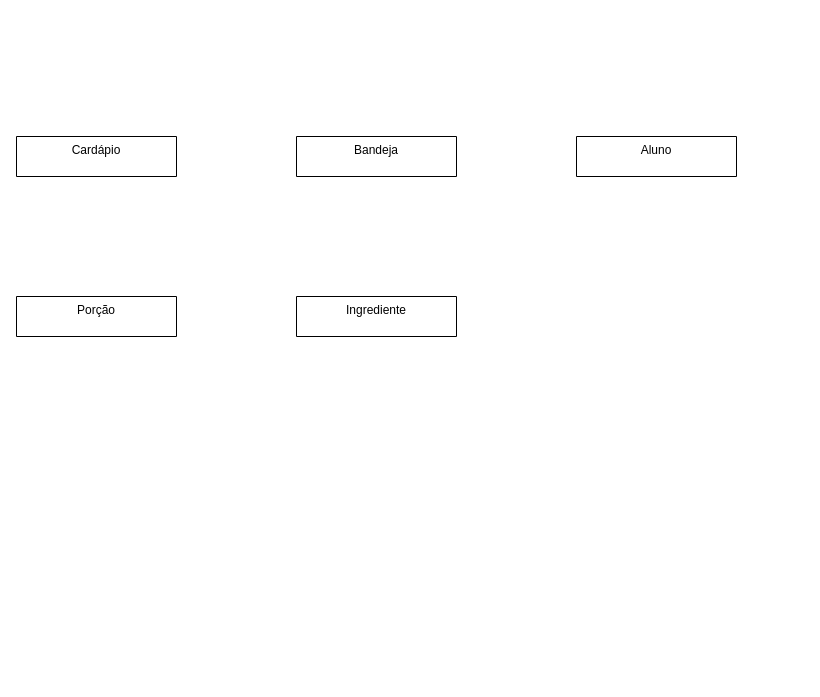
Above: lab02_UML.drawio in uniaovasko/vasco (draw.io), before the change. Source tidied: cells renumbered, new cells numbered last; positions are measured from the earlier drawing's top-left corner, leaving out a move shared by most shapes. Both pictures are drawn from the tidied source at 100%, with x=0, y=0 at pixel (16, 136).
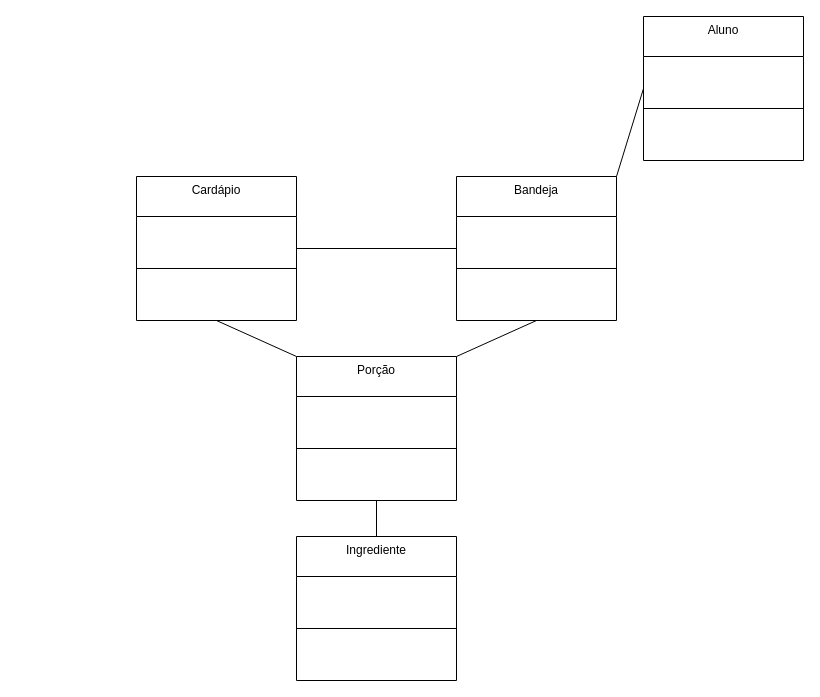
After the change.

Commit message:
Atualização lab02_UML

The edit, as a diff of the source:
```diff
@@
 <mxGraphModel>
   <root>
     <mxCell id="0" />
     <mxCell id="1" parent="0" />
-    <mxCell id="2" value="Aluno" style="swimlane;fontStyle=0;align=center;verticalAlign=top;horizontal=1;startSize=40;rounded=0;shadow=0;strokeWidth=1;" parent="1" vertex="1" collapsed="1">
-      <mxGeometry x="560" width="160" height="40" as="geometry" />
+    <mxCell id="2" value="Aluno" style="swimlane;fontStyle=0;align=center;verticalAlign=top;horizontal=1;startSize=40;rounded=0;shadow=0;strokeWidth=1;" parent="1" vertex="1">
+      <mxGeometry x="627" y="-120" width="160" height="144" as="geometry" />
     </mxCell>
+    <mxCell id="7" style="line;html=1;strokeWidth=1;align=left;verticalAlign=middle;spacingTop=-1;spacingLeft=3;spacingRight=3;labelPosition=right;" parent="2" vertex="1">
+      <mxGeometry y="40" width="160" height="104" as="geometry" />
+    </mxCell>
-    <mxCell id="3" value="Bandeja" style="swimlane;fontStyle=0;align=center;verticalAlign=top;horizontal=1;startSize=40;rounded=0;shadow=0;strokeWidth=1;" parent="1" vertex="1" collapsed="1">
-      <mxGeometry x="280" width="160" height="40" as="geometry" />
+    <mxCell id="3" value="Bandeja" style="swimlane;fontStyle=0;align=center;verticalAlign=top;horizontal=1;startSize=40;rounded=0;shadow=0;strokeWidth=1;" parent="1" vertex="1">
+      <mxGeometry x="440" y="40" width="160" height="144" as="geometry" />
     </mxCell>
+    <mxCell id="8" style="line;html=1;strokeWidth=1;align=left;verticalAlign=middle;spacingTop=-1;spacingLeft=3;spacingRight=3;labelPosition=right;" parent="3" vertex="1">
+      <mxGeometry y="40" width="160" height="104" as="geometry" />
+    </mxCell>
-    <mxCell id="4" value="Cardápio" style="swimlane;fontStyle=0;align=center;verticalAlign=top;horizontal=1;startSize=40;rounded=0;shadow=0;strokeWidth=1;" parent="1" vertex="1" collapsed="1">
-      <mxGeometry width="160" height="40" as="geometry" />
+    <mxCell id="4" value="Cardápio" style="swimlane;fontStyle=0;align=center;verticalAlign=top;horizontal=1;startSize=40;rounded=0;shadow=0;strokeWidth=1;" parent="1" vertex="1">
+      <mxGeometry x="120" y="40" width="160" height="144" as="geometry" />
     </mxCell>
+    <mxCell id="9" style="line;html=1;strokeWidth=1;align=left;verticalAlign=middle;spacingTop=-1;spacingLeft=3;spacingRight=3;labelPosition=right;" parent="4" vertex="1">
+      <mxGeometry y="40" width="160" height="104" as="geometry" />
+    </mxCell>
-    <mxCell id="5" value="Porção" style="swimlane;fontStyle=0;align=center;verticalAlign=top;horizontal=1;startSize=40;rounded=0;shadow=0;strokeWidth=1;" parent="1" vertex="1" collapsed="1">
-      <mxGeometry y="160" width="160" height="40" as="geometry" />
+    <mxCell id="5" value="Porção" style="swimlane;fontStyle=0;align=center;verticalAlign=top;horizontal=1;startSize=40;rounded=0;shadow=0;strokeWidth=1;" parent="1" vertex="1">
+      <mxGeometry x="280" y="220" width="160" height="144" as="geometry" />
     </mxCell>
+    <mxCell id="10" style="line;html=1;strokeWidth=1;align=left;verticalAlign=middle;spacingTop=-1;spacingLeft=3;spacingRight=3;labelPosition=right;" parent="5" vertex="1">
+      <mxGeometry y="40" width="160" height="104" as="geometry" />
+    </mxCell>
-    <mxCell id="6" value="Ingrediente" style="swimlane;fontStyle=0;align=center;verticalAlign=top;horizontal=1;startSize=40;rounded=0;shadow=0;strokeWidth=1;" parent="1" vertex="1" collapsed="1">
-      <mxGeometry x="280" y="160" width="160" height="40" as="geometry" />
+    <mxCell id="6" value="Ingrediente" style="swimlane;fontStyle=0;align=center;verticalAlign=top;horizontal=1;startSize=40;rounded=0;shadow=0;strokeWidth=1;" parent="1" vertex="1">
+      <mxGeometry x="280" y="400" width="160" height="144" as="geometry" />
     </mxCell>
+    <mxCell id="11" style="line;html=1;strokeWidth=1;align=left;verticalAlign=middle;spacingTop=-1;spacingLeft=3;spacingRight=3;labelPosition=right;" parent="6" vertex="1">
+      <mxGeometry y="40" width="160" height="104" as="geometry" />
+    </mxCell>
+    <mxCell id="12" style="endArrow=none;html=1;rounded=0;exitX=1;exitY=0;exitDx=0;exitDy=0;entryX=0;entryY=0.5;entryDx=0;entryDy=0;" parent="1" edge="1" source="3" target="2">
+      <mxGeometry relative="1" as="geometry" />
+    </mxCell>
+    <mxCell id="13" style="endArrow=none;html=1;rounded=0;exitX=1;exitY=0.5;exitDx=0;exitDy=0;entryX=0;entryY=0.5;entryDx=0;entryDy=0;" parent="1" edge="1" source="4" target="3">
+      <mxGeometry relative="1" as="geometry" />
+    </mxCell>
+    <mxCell id="14" style="endArrow=none;html=1;rounded=0;exitX=0.5;exitY=1;exitDx=0;exitDy=0;entryX=0;entryY=0;entryDx=0;entryDy=0;" parent="1" edge="1" source="4" target="5">
+      <mxGeometry relative="1" as="geometry" />
+    </mxCell>
+    <mxCell id="15" style="endArrow=none;html=1;rounded=0;exitX=0.5;exitY=1;exitDx=0;exitDy=0;entryX=0.5;entryY=0;entryDx=0;entryDy=0;" parent="1" edge="1" source="5" target="6">
+      <mxGeometry relative="1" as="geometry" />
+    </mxCell>
+    <mxCell id="16" style="endArrow=none;html=1;rounded=0;exitX=1;exitY=0;exitDx=0;exitDy=0;entryX=0.5;entryY=1;entryDx=0;entryDy=0;" parent="1" edge="1" source="5" target="3">
+      <mxGeometry relative="1" as="geometry" />
+    </mxCell>
   </root>
 </mxGraphModel>
```
